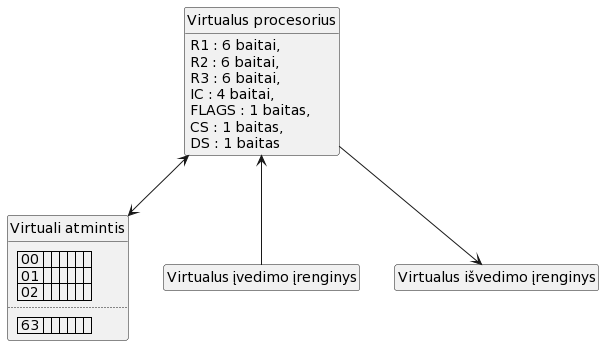
This is aprasymas1/img/virtuali_masina.png from Mdominykas/OS, a PlantUML export, as it was before one commit.
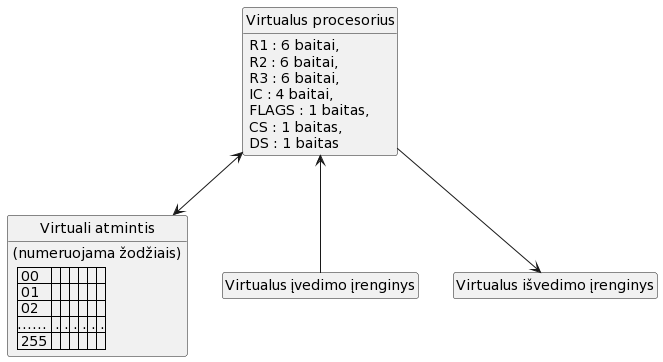
Later version of the same file.

Diff of the diagram source:
```diff
@@ -14,11 +14,12 @@
 
 class "Virtuali atmintis"
 {
+(numeruojama žodžiais)
 | 00 |  |  |  |  |  |  |
 | 01 |  |  |  |  |  |  |
 | 02 |  |  |  |  |  |  |
-..
-| 63 |  |  |  |  |  |  |
+|......| .| .| .| .| .| .|
+| 255 |  |  |  |  |  |  |
 }
 
 class "Virtualus įvedimo įrenginys"
```
